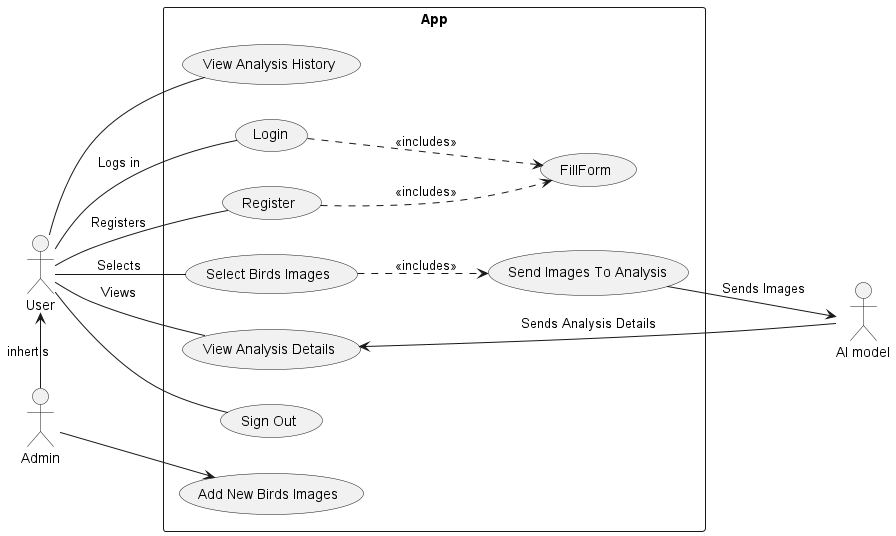
This is Use_Case.png from ikolton/MOproject, a PlantUML export, as it was before one commit. Source of this version:
```plantuml
@startuml Use Case

left to right direction
actor User as U
actor "AI model" as AI
actor Admin as A


rectangle App {
    usecase (Send Images To Analysis) as ST
    usecase (FillForm) as FF
    usecase (Login) as L
    usecase (Register) as R
    usecase (Select Birds Images) as SBI
    usecase (Sign Out) as SO
    usecase (View Analysis Details) as VAD
    usecase (View Analysis History) as VAH
    usecase (Add New Birds Images) as ANBI


    U -- L : Logs in
    U -- R : Registers
    U -- SBI: Selects
    U -- SO
    U -- VAD: Views
    U -- VAH


    L ..> FF : <<includes>>
    R ..> FF : <<includes>>


    SBI ..> ST : <<includes>>



}

AI <-up- ST : Sends Images
AI -up-> VAD : Sends Analysis Details

A -left-> U : inhertis

A --> ANBI


@enduml
```
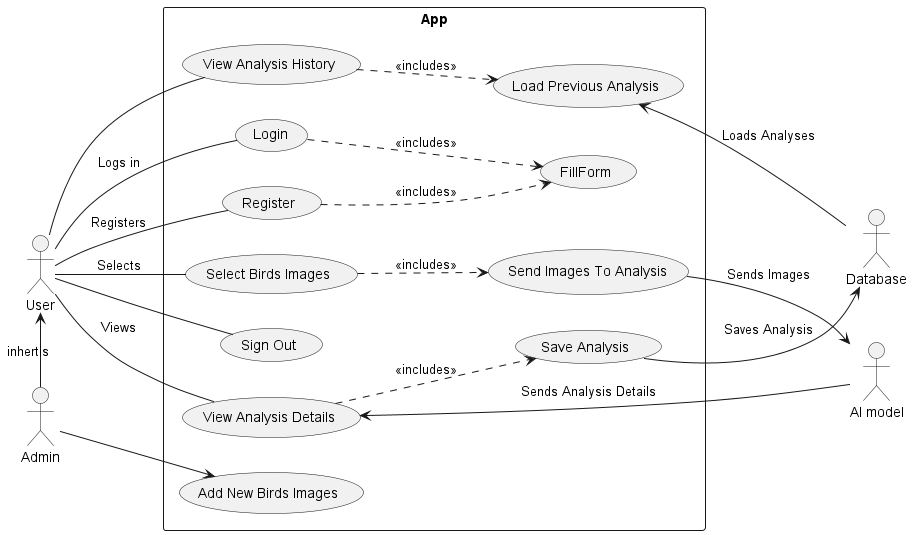
Later version of the same file.

Change to the diagram source:
```diff
@@ -4,6 +4,7 @@
 actor User as U
 actor "AI model" as AI
 actor Admin as A
+actor Database as DB
 
 
 rectangle App {
@@ -16,6 +17,8 @@
     usecase (View Analysis Details) as VAD
     usecase (View Analysis History) as VAH
     usecase (Add New Birds Images) as ANBI
+    usecase (Load Previous Analysis) as LPA
+    usecase (Save Analysis) as SA
 
 
     U -- L : Logs in
@@ -32,16 +35,22 @@
 
     SBI ..> ST : <<includes>>
 
+    VAH ..> LPA : <<includes>>
+
+    VAD ..> SA : <<includes>>
 
 
 }
 
 AI <-up- ST : Sends Images
-AI -up-> VAD : Sends Analysis Details
+AI --> VAD : Sends Analysis Details
 
 A -left-> U : inhertis
 
 A --> ANBI
 
+DB -up-> LPA : Loads Analyses
+DB <-left- SA : Saves Analysis
+
 
 @enduml
```
